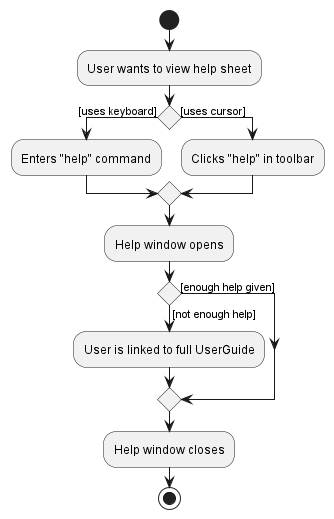
The PlantUML diagram docs/images/HelpActivityDiagram.png in nus-cs2103-AY2223S2/tp, before a commit. Its diagram source:
```plantuml
@startuml

start
:User wants to view help sheet;
if () then ([uses keyboard])
:Enters "help" command;
else ([uses cursor]);
:Clicks "help" in toolbar;
endif;

:Help window opens;

if () then ([enough help given])

else ([not enough help])
:User is linked to full UserGuide;
endif

:Help window closes;
stop

@enduml
```
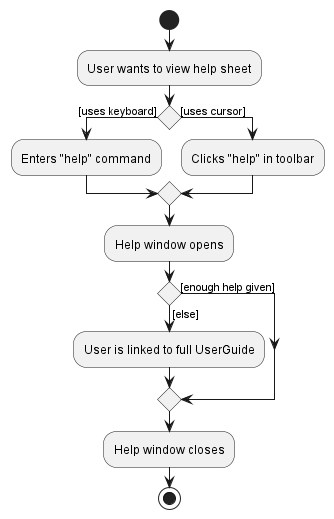
Later version of the same file.

Commit message:
Change activity diagram to correct one

Diff of the diagram source:
```diff
@@ -12,7 +12,7 @@
 
 if () then ([enough help given])
 
-else ([not enough help])
+else ([else])
 :User is linked to full UserGuide;
 endif
 
```
